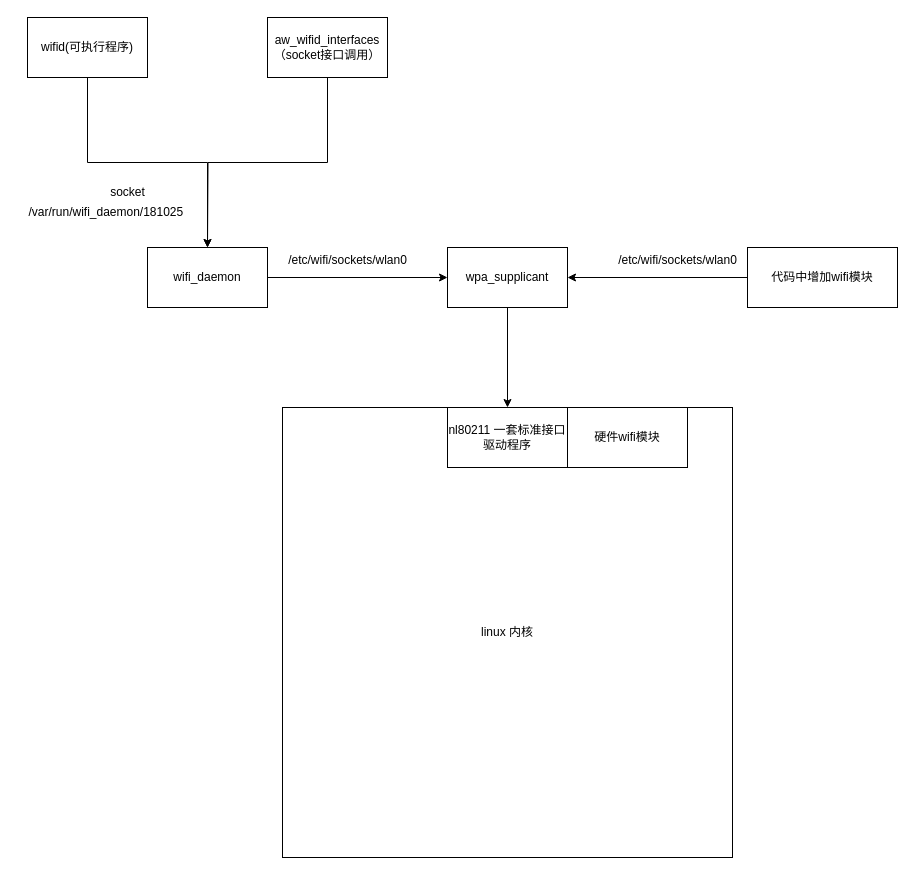
Earlier version of the draw.io diagram 未命名绘图.drawio (whatdyouwant/drawio). Source tidied: cells renumbered, new cells numbered last; positions are measured from the earlier drawing's top-left corner, leaving out a move shared by most shapes. Both pictures are drawn from the tidied source at 100%, with x=0, y=0 at pixel (17, 17).
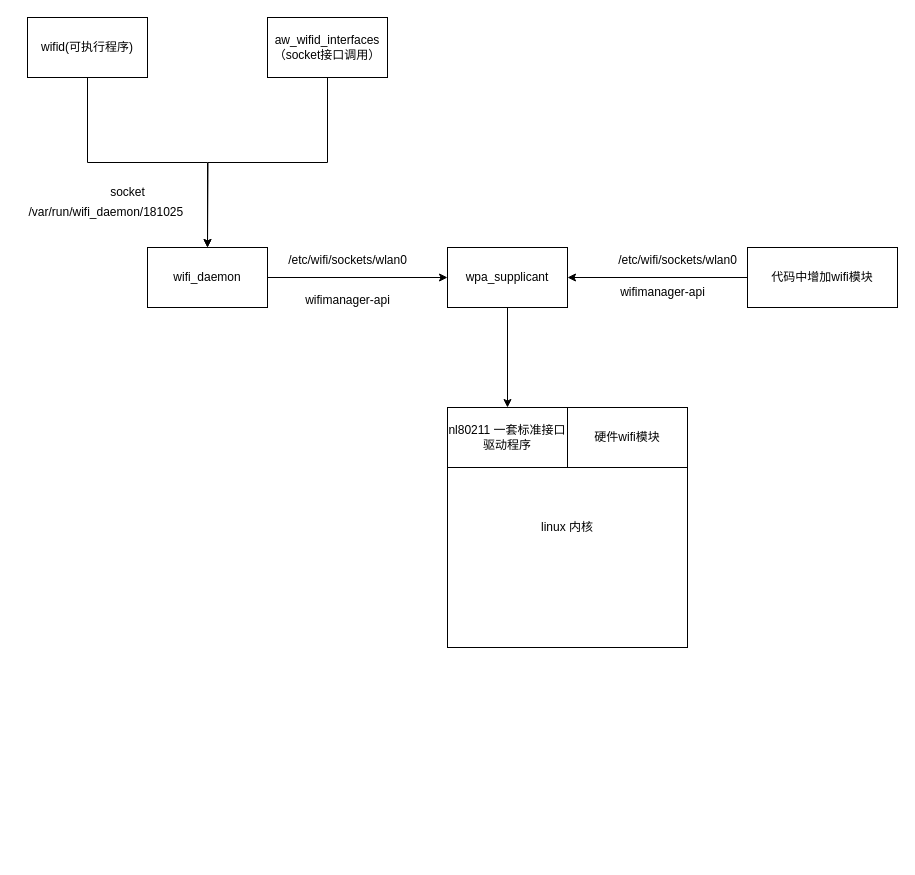
Above is the later version.

Commit message:
更新未命名绘图.drawio

What changed in the source:
```diff
@@
     <mxCell id="14" value="linux 内核" style="whiteSpace=wrap;html=1;" parent="1" vertex="1">
-      <mxGeometry x="265" y="390" width="450" height="450" as="geometry" />
+      <mxGeometry x="430" y="390" width="240" height="240" as="geometry" />
     </mxCell>
@@
+    <mxCell id="19" value="wifimanager-api" style="text;html=1;align=center;verticalAlign=middle;strokeColor=none;fillColor=none;" parent="1" vertex="1">
+      <mxGeometry x="275" y="268" width="110" height="30" as="geometry" />
+    </mxCell>
+    <mxCell id="20" value="wifimanager-api" style="text;html=1;align=center;verticalAlign=middle;strokeColor=none;fillColor=none;" parent="1" vertex="1">
+      <mxGeometry x="590" y="260" width="110" height="30" as="geometry" />
+    </mxCell>
```
